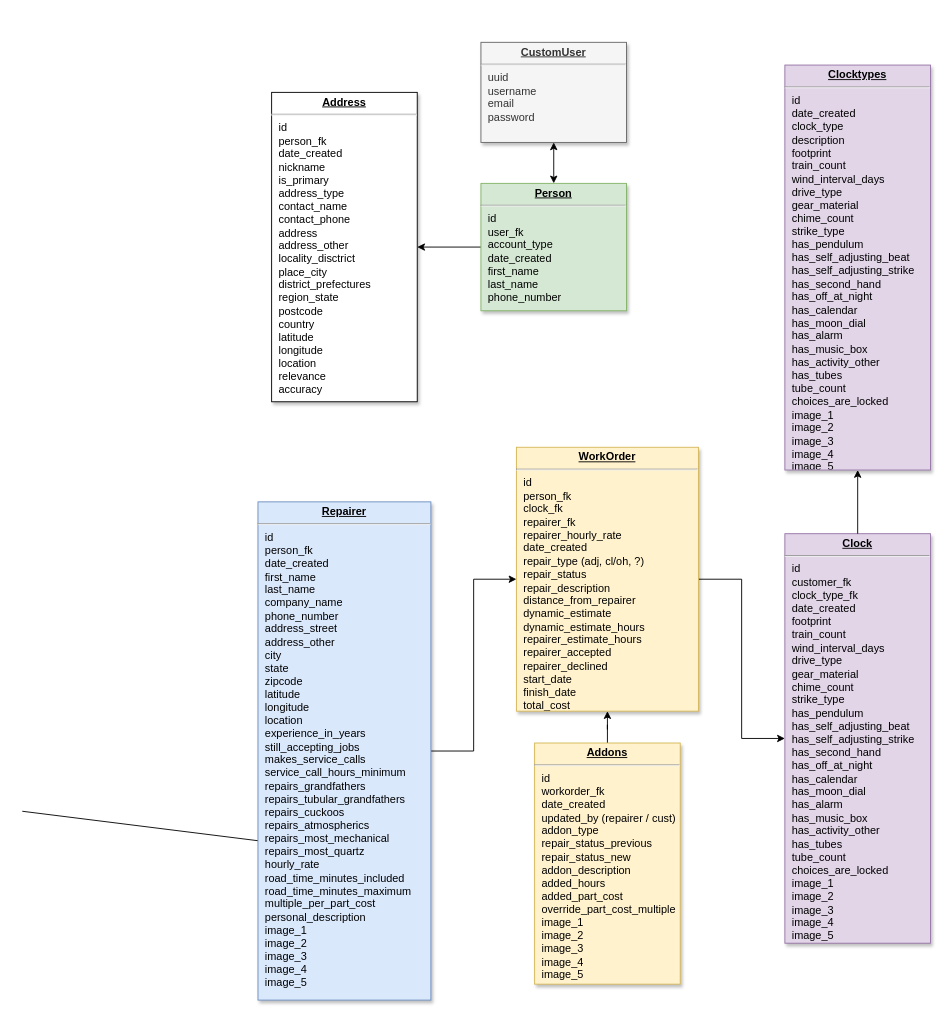
jatlast/ClockWeb keeps this draw.io diagram as clocks_db_tables.drawio. Above is the earlier version. Source tidied: cells renumbered, new cells numbered last; positions are measured from the earlier drawing's top-left corner, leaving out a move shared by most shapes. Both pictures are drawn from the tidied source at 91%, with x=0, y=0 at pixel (22, 42).
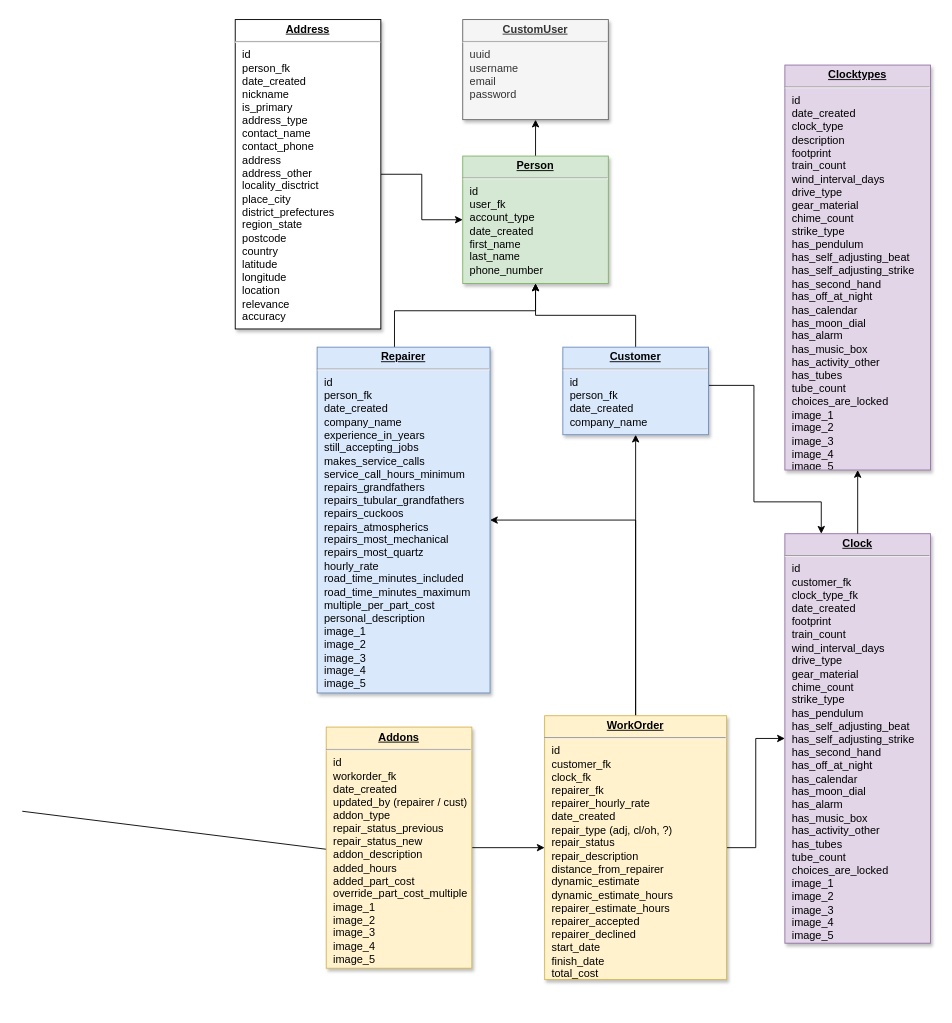
The same diagram, later.

Unchanged cells that the change refers to:
```xml
<mxCell id="4" value="&lt;p style=&quot;margin: 0px ; margin-top: 4px ; text-align: center ; text-decoration: underline&quot;&gt;&lt;strong&gt;Clock&lt;/strong&gt;&lt;/p&gt;&lt;hr&gt;&lt;p style=&quot;margin: 0px 0px 0px 8px&quot;&gt;id&lt;/p&gt;&lt;p style=&quot;margin: 0px 0px 0px 8px&quot;&gt;customer_fk&lt;/p&gt;&lt;p style=&quot;margin: 0px 0px 0px 8px&quot;&gt;&lt;span&gt;clock_type_fk&lt;/span&gt;&lt;br&gt;&lt;/p&gt;&lt;p style=&quot;margin: 0px 0px 0px 8px&quot;&gt;date_created&lt;/p&gt;&lt;p style=&quot;margin: 0px 0px 0px 8px&quot;&gt;footprint&lt;/p&gt;&lt;p style=&quot;margin: 0px 0px 0px 8px&quot;&gt;train_count&lt;/p&gt;&lt;p style=&quot;margin: 0px 0px 0px 8px&quot;&gt;wind_interval_days&lt;/p&gt;&lt;p style=&quot;margin: 0px 0px 0px 8px&quot;&gt;drive_type&lt;/p&gt;&lt;p style=&quot;margin: 0px 0px 0px 8px&quot;&gt;gear_material&lt;/p&gt;&lt;p style=&quot;margin: 0px 0px 0px 8px&quot;&gt;chime_count&lt;/p&gt;&lt;p style=&quot;margin: 0px 0px 0px 8px&quot;&gt;strike_type&lt;/p&gt;&lt;p style=&quot;margin: 0px 0px 0px 8px&quot;&gt;has_pendulum&lt;/p&gt;&lt;p style=&quot;margin: 0px 0px 0px 8px&quot;&gt;has_self_adjusting_beat&lt;/p&gt;&lt;p style=&quot;margin: 0px 0px 0px 8px&quot;&gt;has_self_adjusting_strike&lt;/p&gt;&lt;p style=&quot;margin: 0px 0px 0px 8px&quot;&gt;has_second_hand&lt;/p&gt;&lt;p style=&quot;margin: 0px 0px 0px 8px&quot;&gt;has_off_at_night&lt;/p&gt;&lt;p style=&quot;margin: 0px 0px 0px 8px&quot;&gt;has_calendar&lt;/p&gt;&lt;p style=&quot;margin: 0px 0px 0px 8px&quot;&gt;has_moon_dial&lt;/p&gt;&lt;p style=&quot;margin: 0px 0px 0px 8px&quot;&gt;has_alarm&lt;/p&gt;&lt;p style=&quot;margin: 0px 0px 0px 8px&quot;&gt;has_music_box&lt;/p&gt;&lt;p style=&quot;margin: 0px 0px 0px 8px&quot;&gt;has_activity_other&lt;/p&gt;&lt;p style=&quot;margin: 0px 0px 0px 8px&quot;&gt;has_tubes&lt;/p&gt;&lt;p style=&quot;margin: 0px 0px 0px 8px&quot;&gt;tube_count&lt;/p&gt;&lt;p style=&quot;margin: 0px 0px 0px 8px&quot;&gt;choices_are_locked&lt;/p&gt;&lt;p style=&quot;margin: 0px 0px 0px 8px&quot;&gt;image_1&lt;/p&gt;&lt;p style=&quot;margin: 0px 0px 0px 8px&quot;&gt;image_2&lt;/p&gt;&lt;p style=&quot;margin: 0px 0px 0px 8px&quot;&gt;image_3&lt;/p&gt;&lt;p style=&quot;margin: 0px 0px 0px 8px&quot;&gt;image_4&lt;/p&gt;&lt;p style=&quot;margin: 0px 0px 0px 8px&quot;&gt;image_5&lt;/p&gt;&lt;p style=&quot;margin: 0px ; margin-left: 8px&quot;&gt;&lt;br&gt;&lt;/p&gt;" style="verticalAlign=top;align=left;overflow=fill;fontSize=12;fontFamily=Helvetica;html=1;shadow=1;fillColor=#e1d5e7;strokeColor=#9673a6;" parent="1" vertex="1">
  <mxGeometry x="838" y="540" width="160" height="450" as="geometry" />
</mxCell>
```

What changed in the source:
```diff
@@
-    <mxCell id="2" style="edgeStyle=orthogonalEdgeStyle;rounded=0;jettySize=auto;html=1;" parent="1" edge="1" source="3" target="16">
-      <mxGeometry relative="1" as="geometry" />
-    </mxCell>
+    <mxCell id="17" style="edgeStyle=orthogonalEdgeStyle;rounded=0;jettySize=auto;html=1;" parent="1" edge="1" source="3" target="6">
+      <mxGeometry relative="1" as="geometry" />
+    </mxCell>
     <mxCell id="3" value="&lt;p style=&quot;margin: 0px ; margin-top: 4px ; text-align: center ; text-decoration: underline&quot;&gt;&lt;b&gt;Person&lt;/b&gt;&lt;/p&gt;&lt;hr&gt;&lt;p style=&quot;margin: 0px ; margin-left: 8px&quot;&gt;id&lt;/p&gt;&lt;p style=&quot;margin: 0px ; margin-left: 8px&quot;&gt;&lt;span&gt;user_fk&lt;/span&gt;&lt;/p&gt;&lt;p style=&quot;margin: 0px ; margin-left: 8px&quot;&gt;account_type&lt;/p&gt;&lt;p style=&quot;margin: 0px ; margin-left: 8px&quot;&gt;&lt;span&gt;date_created&lt;/span&gt;&lt;/p&gt;&lt;p style=&quot;margin: 0px ; margin-left: 8px&quot;&gt;&lt;span&gt;first_name&lt;/span&gt;&lt;br&gt;&lt;/p&gt;&lt;p style=&quot;margin: 0px ; margin-left: 8px&quot;&gt;last_name&lt;/p&gt;&lt;p style=&quot;margin: 0px ; margin-left: 8px&quot;&gt;phone_number&lt;/p&gt;" style="verticalAlign=top;align=left;overflow=fill;fontSize=12;fontFamily=Helvetica;html=1;shadow=1;fillColor=#d5e8d4;strokeColor=#82b366;" parent="1" vertex="1">
-      <mxGeometry x="504" y="155" width="160" height="140" as="geometry" />
+      <mxGeometry x="484" y="125" width="160" height="140" as="geometry" />
     </mxCell>
@@
-    <mxCell id="5" style="edgeStyle=orthogonalEdgeStyle;rounded=0;jettySize=auto;html=1;startArrow=classic;startFill=1;" parent="1" edge="1" source="6" target="3">
-      <mxGeometry relative="1" as="geometry" />
-    </mxCell>
     <mxCell id="6" value="&lt;p style=&quot;margin: 0px ; margin-top: 4px ; text-align: center ; text-decoration: underline&quot;&gt;&lt;b&gt;CustomUser&lt;/b&gt;&lt;/p&gt;&lt;hr&gt;&lt;p style=&quot;margin: 0px ; margin-left: 8px&quot;&gt;uuid&lt;/p&gt;&lt;p style=&quot;margin: 0px ; margin-left: 8px&quot;&gt;username&lt;/p&gt;&lt;p style=&quot;margin: 0px ; margin-left: 8px&quot;&gt;email&lt;/p&gt;&lt;p style=&quot;margin: 0px ; margin-left: 8px&quot;&gt;password&lt;/p&gt;" style="verticalAlign=top;align=left;overflow=fill;fontSize=12;fontFamily=Helvetica;html=1;shadow=1;fillColor=#f5f5f5;strokeColor=#666666;fontColor=#333333;" parent="1" vertex="1">
-      <mxGeometry x="504" width="160" height="110" as="geometry" />
+      <mxGeometry x="484" y="-25" width="160" height="110" as="geometry" />
     </mxCell>
@@
+    <mxCell id="18" style="edgeStyle=orthogonalEdgeStyle;rounded=0;jettySize=auto;html=1;exitX=0.5;exitY=0;exitDx=0;exitDy=0;" parent="1" edge="1" source="8" target="11">
+      <mxGeometry relative="1" as="geometry">
+        <Array as="points">
+          <mxPoint x="674" y="525" />
+        </Array>
+      </mxGeometry>
+    </mxCell>
+    <mxCell id="19" style="edgeStyle=orthogonalEdgeStyle;rounded=0;jettySize=auto;html=1;" parent="1" edge="1" source="8" target="24">
+      <mxGeometry relative="1" as="geometry" />
+    </mxCell>
-    <mxCell id="8" value="&lt;p style=&quot;margin: 0px ; margin-top: 4px ; text-align: center ; text-decoration: underline&quot;&gt;&lt;b&gt;WorkOrder&lt;/b&gt;&lt;/p&gt;&lt;hr&gt;&lt;p style=&quot;margin: 0px ; margin-left: 8px&quot;&gt;id&lt;/p&gt;&lt;p style=&quot;margin: 0px ; margin-left: 8px&quot;&gt;person_fk&lt;/p&gt;&lt;p style=&quot;margin: 0px 0px 0px 8px&quot;&gt;clock_fk&lt;/p&gt;&lt;p style=&quot;margin: 0px 0px 0px 8px&quot;&gt;repairer_fk&lt;/p&gt;&lt;p style=&quot;margin: 0px 0px 0px 8px&quot;&gt;repairer_hourly_rate&lt;/p&gt;&lt;p style=&quot;margin: 0px ; margin-left: 8px&quot;&gt;date_created&lt;/p&gt;&lt;p style=&quot;margin: 0px ; margin-left: 8px&quot;&gt;repair_type (adj, cl/oh, ?)&lt;/p&gt;&lt;p style=&quot;margin: 0px ; margin-left: 8px&quot;&gt;repair_status&lt;/p&gt;&lt;p style=&quot;margin: 0px ; margin-left: 8px&quot;&gt;repair_description&lt;/p&gt;&lt;p style=&quot;margin: 0px ; margin-left: 8px&quot;&gt;distance_from_repairer&lt;/p&gt;&lt;p style=&quot;margin: 0px ; margin-left: 8px&quot;&gt;dynamic_estimate&lt;/p&gt;&lt;p style=&quot;margin: 0px 0px 0px 8px&quot;&gt;&lt;span&gt;dynamic_estimate_hours&lt;/span&gt;&lt;br&gt;&lt;/p&gt;&lt;p style=&quot;margin: 0px ; margin-left: 8px&quot;&gt;&lt;span&gt;repairer_estimate_hours&lt;/span&gt;&lt;br&gt;&lt;/p&gt;&lt;p style=&quot;margin: 0px 0px 0px 8px&quot;&gt;repairer_accepted&lt;/p&gt;&lt;p style=&quot;margin: 0px ; margin-left: 8px&quot;&gt;&lt;span&gt;repairer_declined&lt;/span&gt;&lt;/p&gt;&lt;p style=&quot;margin: 0px ; margin-left: 8px&quot;&gt;start_date&lt;/p&gt;&lt;p style=&quot;margin: 0px ; margin-left: 8px&quot;&gt;finish_date&lt;/p&gt;&lt;p style=&quot;margin: 0px ; margin-left: 8px&quot;&gt;total_cost&lt;/p&gt;" style="verticalAlign=top;align=left;overflow=fill;fontSize=12;fontFamily=Helvetica;html=1;shadow=1;fillColor=#fff2cc;strokeColor=#d6b656;" parent="1" vertex="1">
-      <mxGeometry x="543" y="445" width="200" height="290" as="geometry" />
+    <mxCell id="8" value="&lt;p style=&quot;margin: 0px ; margin-top: 4px ; text-align: center ; text-decoration: underline&quot;&gt;&lt;b&gt;WorkOrder&lt;/b&gt;&lt;/p&gt;&lt;hr&gt;&lt;p style=&quot;margin: 0px ; margin-left: 8px&quot;&gt;id&lt;/p&gt;&lt;p style=&quot;margin: 0px ; margin-left: 8px&quot;&gt;customer_fk&lt;/p&gt;&lt;p style=&quot;margin: 0px 0px 0px 8px&quot;&gt;clock_fk&lt;/p&gt;&lt;p style=&quot;margin: 0px 0px 0px 8px&quot;&gt;repairer_fk&lt;/p&gt;&lt;p style=&quot;margin: 0px 0px 0px 8px&quot;&gt;repairer_hourly_rate&lt;/p&gt;&lt;p style=&quot;margin: 0px ; margin-left: 8px&quot;&gt;date_created&lt;/p&gt;&lt;p style=&quot;margin: 0px ; margin-left: 8px&quot;&gt;repair_type (adj, cl/oh, ?)&lt;/p&gt;&lt;p style=&quot;margin: 0px ; margin-left: 8px&quot;&gt;repair_status&lt;/p&gt;&lt;p style=&quot;margin: 0px ; margin-left: 8px&quot;&gt;repair_description&lt;/p&gt;&lt;p style=&quot;margin: 0px ; margin-left: 8px&quot;&gt;distance_from_repairer&lt;/p&gt;&lt;p style=&quot;margin: 0px ; margin-left: 8px&quot;&gt;dynamic_estimate&lt;/p&gt;&lt;p style=&quot;margin: 0px 0px 0px 8px&quot;&gt;&lt;span&gt;dynamic_estimate_hours&lt;/span&gt;&lt;br&gt;&lt;/p&gt;&lt;p style=&quot;margin: 0px ; margin-left: 8px&quot;&gt;&lt;span&gt;repairer_estimate_hours&lt;/span&gt;&lt;br&gt;&lt;/p&gt;&lt;p style=&quot;margin: 0px 0px 0px 8px&quot;&gt;repairer_accepted&lt;/p&gt;&lt;p style=&quot;margin: 0px ; margin-left: 8px&quot;&gt;&lt;span&gt;repairer_declined&lt;/span&gt;&lt;/p&gt;&lt;p style=&quot;margin: 0px ; margin-left: 8px&quot;&gt;start_date&lt;/p&gt;&lt;p style=&quot;margin: 0px ; margin-left: 8px&quot;&gt;finish_date&lt;/p&gt;&lt;p style=&quot;margin: 0px ; margin-left: 8px&quot;&gt;total_cost&lt;/p&gt;" style="verticalAlign=top;align=left;overflow=fill;fontSize=12;fontFamily=Helvetica;html=1;shadow=1;fillColor=#fff2cc;strokeColor=#d6b656;" parent="1" vertex="1">
+      <mxGeometry x="574" y="740" width="200" height="290" as="geometry" />
     </mxCell>
@@
-    <mxCell id="10" style="edgeStyle=orthogonalEdgeStyle;rounded=0;jettySize=auto;html=1;" parent="1" edge="1" source="11" target="8">
-      <mxGeometry relative="1" as="geometry" />
-    </mxCell>
+    <mxCell id="20" style="edgeStyle=orthogonalEdgeStyle;rounded=0;jettySize=auto;html=1;" parent="1" edge="1" source="11" target="3">
+      <mxGeometry relative="1" as="geometry">
+        <Array as="points">
+          <mxPoint x="409" y="295" />
+          <mxPoint x="564" y="295" />
+        </Array>
+      </mxGeometry>
+    </mxCell>
-    <mxCell id="11" value="&lt;p style=&quot;margin: 0px ; margin-top: 4px ; text-align: center ; text-decoration: underline&quot;&gt;&lt;b&gt;Repairer&lt;/b&gt;&lt;/p&gt;&lt;hr&gt;&lt;p style=&quot;margin: 0px ; margin-left: 8px&quot;&gt;id&lt;/p&gt;&lt;p style=&quot;margin: 0px ; margin-left: 8px&quot;&gt;person_fk&lt;/p&gt;&lt;p style=&quot;margin: 0px ; margin-left: 8px&quot;&gt;&lt;span&gt;date_created&lt;/span&gt;&lt;br&gt;&lt;/p&gt;&lt;p style=&quot;margin: 0px 0px 0px 8px&quot;&gt;first_name&lt;br&gt;&lt;/p&gt;&lt;p style=&quot;margin: 0px 0px 0px 8px&quot;&gt;last_name&lt;/p&gt;&lt;p style=&quot;margin: 0px 0px 0px 8px&quot;&gt;company_name&lt;/p&gt;&lt;p style=&quot;margin: 0px 0px 0px 8px&quot;&gt;phone_number&lt;/p&gt;&lt;p style=&quot;margin: 0px 0px 0px 8px&quot;&gt;address_street&lt;/p&gt;&lt;p style=&quot;margin: 0px 0px 0px 8px&quot;&gt;address_other&lt;/p&gt;&lt;p style=&quot;margin: 0px 0px 0px 8px&quot;&gt;city&lt;/p&gt;&lt;p style=&quot;margin: 0px 0px 0px 8px&quot;&gt;state&lt;/p&gt;&lt;p style=&quot;margin: 0px 0px 0px 8px&quot;&gt;zipcode&lt;/p&gt;&lt;p style=&quot;margin: 0px ; margin-left: 8px&quot;&gt;&lt;span&gt;latitude&lt;/span&gt;&lt;/p&gt;&lt;p style=&quot;margin: 0px ; margin-left: 8px&quot;&gt;&lt;span&gt;longitude&lt;/span&gt;&lt;/p&gt;&lt;p style=&quot;margin: 0px ; margin-left: 8px&quot;&gt;&lt;span&gt;location&lt;/span&gt;&lt;/p&gt;&lt;p style=&quot;margin: 0px ; margin-left: 8px&quot;&gt;&lt;span&gt;experience_in_years&lt;/span&gt;&lt;/p&gt;&lt;p style=&quot;margin: 0px ; margin-left: 8px&quot;&gt;&lt;span&gt;still_accepting_jobs&lt;/span&gt;&lt;/p&gt;&lt;p style=&quot;margin: 0px ; margin-left: 8px&quot;&gt;&lt;span&gt;makes_service_calls&lt;/span&gt;&lt;/p&gt;&lt;p style=&quot;margin: 0px ; margin-left: 8px&quot;&gt;service_call_hours_minimum&lt;/p&gt;&lt;p style=&quot;margin: 0px ; margin-left: 8px&quot;&gt;repairs_grandfathers&lt;/p&gt;&lt;p style=&quot;margin: 0px ; margin-left: 8px&quot;&gt;repairs_tubular_grandfathers&lt;/p&gt;&lt;p style=&quot;margin: 0px ; margin-left: 8px&quot;&gt;repairs_cuckoos&lt;/p&gt;&lt;p style=&quot;margin: 0px ; margin-left: 8px&quot;&gt;repairs_atmospherics&lt;/p&gt;&lt;p style=&quot;margin: 0px ; margin-left: 8px&quot;&gt;repairs_most_mechanical&lt;/p&gt;&lt;p style=&quot;margin: 0px ; margin-left: 8px&quot;&gt;repairs_most_quartz&lt;/p&gt;&lt;p style=&quot;margin: 0px ; margin-left: 8px&quot;&gt;hourly_rate&lt;/p&gt;&lt;p style=&quot;margin: 0px 0px 0px 8px&quot;&gt;road_time_minutes_included&lt;/p&gt;&lt;p style=&quot;margin: 0px 0px 0px 8px&quot;&gt;road_time_minutes_maximum&lt;/p&gt;&lt;p style=&quot;margin: 0px 0px 0px 8px&quot;&gt;multiple_per_part_cost&lt;/p&gt;&lt;p style=&quot;margin: 0px 0px 0px 8px&quot;&gt;personal_description&lt;/p&gt;&lt;p style=&quot;margin: 0px 0px 0px 8px&quot;&gt;image_1&lt;/p&gt;&lt;p style=&quot;margin: 0px 0px 0px 8px&quot;&gt;image_2&lt;/p&gt;&lt;p style=&quot;margin: 0px 0px 0px 8px&quot;&gt;image_3&lt;/p&gt;&lt;p style=&quot;margin: 0px 0px 0px 8px&quot;&gt;image_4&lt;/p&gt;&lt;p style=&quot;margin: 0px 0px 0px 8px&quot;&gt;image_5&lt;/p&gt;" style="verticalAlign=top;align=left;overflow=fill;fontSize=12;fontFamily=Helvetica;html=1;shadow=1;fillColor=#dae8fc;strokeColor=#6c8ebf;" parent="1" vertex="1">
-      <mxGeometry x="259" y="505" width="190" height="547.5" as="geometry" />
+    <mxCell id="11" value="&lt;p style=&quot;margin: 0px ; margin-top: 4px ; text-align: center ; text-decoration: underline&quot;&gt;&lt;b&gt;Repairer&lt;/b&gt;&lt;/p&gt;&lt;hr&gt;&lt;p style=&quot;margin: 0px ; margin-left: 8px&quot;&gt;id&lt;/p&gt;&lt;p style=&quot;margin: 0px ; margin-left: 8px&quot;&gt;person_fk&lt;/p&gt;&lt;p style=&quot;margin: 0px ; margin-left: 8px&quot;&gt;&lt;span&gt;date_created&lt;/span&gt;&lt;br&gt;&lt;/p&gt;&lt;p style=&quot;margin: 0px 0px 0px 8px&quot;&gt;&lt;span&gt;company_name&lt;/span&gt;&lt;br&gt;&lt;/p&gt;&lt;p style=&quot;margin: 0px 0px 0px 8px&quot;&gt;&lt;span&gt;experience_in_years&lt;/span&gt;&lt;br&gt;&lt;/p&gt;&lt;p style=&quot;margin: 0px ; margin-left: 8px&quot;&gt;&lt;span&gt;still_accepting_jobs&lt;/span&gt;&lt;/p&gt;&lt;p style=&quot;margin: 0px ; margin-left: 8px&quot;&gt;&lt;span&gt;makes_service_calls&lt;/span&gt;&lt;/p&gt;&lt;p style=&quot;margin: 0px ; margin-left: 8px&quot;&gt;service_call_hours_minimum&lt;/p&gt;&lt;p style=&quot;margin: 0px ; margin-left: 8px&quot;&gt;repairs_grandfathers&lt;/p&gt;&lt;p style=&quot;margin: 0px ; margin-left: 8px&quot;&gt;repairs_tubular_grandfathers&lt;/p&gt;&lt;p style=&quot;margin: 0px ; margin-left: 8px&quot;&gt;repairs_cuckoos&lt;/p&gt;&lt;p style=&quot;margin: 0px ; margin-left: 8px&quot;&gt;repairs_atmospherics&lt;/p&gt;&lt;p style=&quot;margin: 0px ; margin-left: 8px&quot;&gt;repairs_most_mechanical&lt;/p&gt;&lt;p style=&quot;margin: 0px ; margin-left: 8px&quot;&gt;repairs_most_quartz&lt;/p&gt;&lt;p style=&quot;margin: 0px ; margin-left: 8px&quot;&gt;hourly_rate&lt;/p&gt;&lt;p style=&quot;margin: 0px 0px 0px 8px&quot;&gt;road_time_minutes_included&lt;/p&gt;&lt;p style=&quot;margin: 0px 0px 0px 8px&quot;&gt;road_time_minutes_maximum&lt;/p&gt;&lt;p style=&quot;margin: 0px 0px 0px 8px&quot;&gt;multiple_per_part_cost&lt;/p&gt;&lt;p style=&quot;margin: 0px 0px 0px 8px&quot;&gt;personal_description&lt;/p&gt;&lt;p style=&quot;margin: 0px 0px 0px 8px&quot;&gt;image_1&lt;/p&gt;&lt;p style=&quot;margin: 0px 0px 0px 8px&quot;&gt;image_2&lt;/p&gt;&lt;p style=&quot;margin: 0px 0px 0px 8px&quot;&gt;image_3&lt;/p&gt;&lt;p style=&quot;margin: 0px 0px 0px 8px&quot;&gt;image_4&lt;/p&gt;&lt;p style=&quot;margin: 0px 0px 0px 8px&quot;&gt;image_5&lt;/p&gt;" style="verticalAlign=top;align=left;overflow=fill;fontSize=12;fontFamily=Helvetica;html=1;shadow=1;fillColor=#dae8fc;strokeColor=#6c8ebf;" parent="1" vertex="1">
+      <mxGeometry x="324" y="335" width="190" height="380" as="geometry" />
     </mxCell>
@@
     <mxCell id="13" value="&lt;p style=&quot;margin: 0px ; margin-top: 4px ; text-align: center ; text-decoration: underline&quot;&gt;&lt;strong&gt;Addons&lt;/strong&gt;&lt;/p&gt;&lt;hr&gt;&lt;p style=&quot;margin: 0px ; margin-left: 8px&quot;&gt;id&lt;/p&gt;&lt;p style=&quot;margin: 0px ; margin-left: 8px&quot;&gt;workorder_fk&lt;/p&gt;&lt;p style=&quot;margin: 0px ; margin-left: 8px&quot;&gt;date_created&lt;/p&gt;&lt;p style=&quot;margin: 0px ; margin-left: 8px&quot;&gt;updated_by (repairer / cust)&lt;/p&gt;&lt;p style=&quot;margin: 0px ; margin-left: 8px&quot;&gt;addon_type&lt;/p&gt;&lt;p style=&quot;margin: 0px 0px 0px 8px&quot;&gt;repair_status_previous&lt;/p&gt;&lt;p style=&quot;margin: 0px 0px 0px 8px&quot;&gt;repair_status_new&lt;/p&gt;&lt;p style=&quot;margin: 0px ; margin-left: 8px&quot;&gt;&lt;span&gt;addon_description&lt;/span&gt;&lt;br&gt;&lt;/p&gt;&lt;p style=&quot;margin: 0px ; margin-left: 8px&quot;&gt;added_hours&lt;/p&gt;&lt;p style=&quot;margin: 0px ; margin-left: 8px&quot;&gt;added_part_cost&lt;/p&gt;&lt;p style=&quot;margin: 0px ; margin-left: 8px&quot;&gt;override_part_cost_multiple&lt;/p&gt;&lt;p style=&quot;margin: 0px 0px 0px 8px&quot;&gt;image_1&lt;/p&gt;&lt;p style=&quot;margin: 0px 0px 0px 8px&quot;&gt;image_2&lt;/p&gt;&lt;p style=&quot;margin: 0px 0px 0px 8px&quot;&gt;image_3&lt;/p&gt;&lt;p style=&quot;margin: 0px 0px 0px 8px&quot;&gt;image_4&lt;/p&gt;&lt;p style=&quot;margin: 0px 0px 0px 8px&quot;&gt;image_5&lt;/p&gt;" style="verticalAlign=top;align=left;overflow=fill;fontSize=12;fontFamily=Helvetica;html=1;shadow=1;fillColor=#fff2cc;strokeColor=#d6b656;" parent="1" vertex="1">
-      <mxGeometry x="563" y="770" width="160" height="265" as="geometry" />
+      <mxGeometry x="334" y="752.5" width="160" height="265" as="geometry" />
     </mxCell>
@@
+    <mxCell id="21" style="edgeStyle=orthogonalEdgeStyle;rounded=0;jettySize=auto;html=1;" parent="1" edge="1" source="16" target="3">
+      <mxGeometry relative="1" as="geometry" />
+    </mxCell>
     <mxCell id="16" value="&lt;p style=&quot;margin: 0px ; margin-top: 4px ; text-align: center ; text-decoration: underline&quot;&gt;&lt;b&gt;Address&lt;/b&gt;&lt;/p&gt;&lt;hr&gt;&lt;p style=&quot;margin: 0px ; margin-left: 8px&quot;&gt;id&lt;/p&gt;&lt;p style=&quot;margin: 0px ; margin-left: 8px&quot;&gt;&lt;span&gt;person_fk&lt;/span&gt;&lt;/p&gt;&lt;p style=&quot;margin: 0px ; margin-left: 8px&quot;&gt;&lt;span&gt;date_created&lt;/span&gt;&lt;/p&gt;&lt;p style=&quot;margin: 0px ; margin-left: 8px&quot;&gt;nickname&lt;/p&gt;&lt;p style=&quot;margin: 0px ; margin-left: 8px&quot;&gt;is_primary&lt;/p&gt;&lt;p style=&quot;margin: 0px ; margin-left: 8px&quot;&gt;address_type&lt;/p&gt;&lt;p style=&quot;margin: 0px ; margin-left: 8px&quot;&gt;contact_name&lt;/p&gt;&lt;p style=&quot;margin: 0px ; margin-left: 8px&quot;&gt;contact_phone&lt;/p&gt;&lt;p style=&quot;margin: 0px ; margin-left: 8px&quot;&gt;address&lt;/p&gt;&lt;p style=&quot;margin: 0px ; margin-left: 8px&quot;&gt;address_other&lt;/p&gt;&lt;p style=&quot;margin: 0px ; margin-left: 8px&quot;&gt;locality_disctrict&lt;/p&gt;&lt;p style=&quot;margin: 0px ; margin-left: 8px&quot;&gt;place_city&lt;/p&gt;&lt;p style=&quot;margin: 0px ; margin-left: 8px&quot;&gt;district_prefectures&lt;/p&gt;&lt;p style=&quot;margin: 0px ; margin-left: 8px&quot;&gt;region_state&lt;/p&gt;&lt;p style=&quot;margin: 0px ; margin-left: 8px&quot;&gt;postcode&lt;/p&gt;&lt;p style=&quot;margin: 0px ; margin-left: 8px&quot;&gt;country&lt;/p&gt;&lt;p style=&quot;margin: 0px ; margin-left: 8px&quot;&gt;latitude&lt;/p&gt;&lt;p style=&quot;margin: 0px ; margin-left: 8px&quot;&gt;longitude&lt;/p&gt;&lt;p style=&quot;margin: 0px ; margin-left: 8px&quot;&gt;location&lt;/p&gt;&lt;p style=&quot;margin: 0px ; margin-left: 8px&quot;&gt;relevance&lt;/p&gt;&lt;p style=&quot;margin: 0px ; margin-left: 8px&quot;&gt;accuracy&lt;/p&gt;" style="verticalAlign=top;align=left;overflow=fill;fontSize=12;fontFamily=Helvetica;html=1;shadow=1;" parent="1" vertex="1">
-      <mxGeometry x="274" y="55" width="160" height="340" as="geometry" />
+      <mxGeometry x="234" y="-25" width="160" height="340" as="geometry" />
     </mxCell>
+    <mxCell id="22" style="edgeStyle=orthogonalEdgeStyle;rounded=0;jettySize=auto;html=1;" parent="1" edge="1" source="24" target="3">
+      <mxGeometry relative="1" as="geometry" />
+    </mxCell>
+    <mxCell id="23" style="edgeStyle=orthogonalEdgeStyle;rounded=0;jettySize=auto;html=1;entryX=0.25;entryY=0;entryDx=0;entryDy=0;" parent="1" edge="1" source="24" target="4">
+      <mxGeometry relative="1" as="geometry">
+        <Array as="points">
+          <mxPoint x="804" y="377" />
+          <mxPoint x="804" y="505" />
+          <mxPoint x="878" y="505" />
+        </Array>
+      </mxGeometry>
+    </mxCell>
+    <mxCell id="24" value="&lt;p style=&quot;margin: 0px ; margin-top: 4px ; text-align: center ; text-decoration: underline&quot;&gt;&lt;b&gt;Customer&lt;/b&gt;&lt;/p&gt;&lt;hr&gt;&lt;p style=&quot;margin: 0px ; margin-left: 8px&quot;&gt;id&lt;/p&gt;&lt;p style=&quot;margin: 0px ; margin-left: 8px&quot;&gt;&lt;span&gt;person_fk&lt;/span&gt;&lt;/p&gt;&lt;p style=&quot;margin: 0px ; margin-left: 8px&quot;&gt;&lt;span&gt;date_created&lt;/span&gt;&lt;/p&gt;&lt;p style=&quot;margin: 0px ; margin-left: 8px&quot;&gt;&lt;span&gt;company_name&lt;/span&gt;&lt;/p&gt;" style="verticalAlign=top;align=left;overflow=fill;fontSize=12;fontFamily=Helvetica;html=1;shadow=1;fillColor=#dae8fc;strokeColor=#6c8ebf;" parent="1" vertex="1">
+      <mxGeometry x="594" y="335" width="160" height="96.2" as="geometry" />
+    </mxCell>
```
